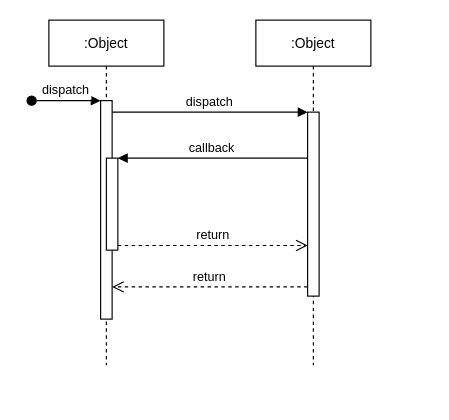
The draw.io diagram Untitled Diagram.drawio in zxp-Zoe/DiagramDraw, before the edit. Source tidied: cells renumbered, new cells numbered last; positions are measured from the earlier drawing's top-left corner, leaving out a move shared by most shapes. Both pictures are drawn from the tidied source at 115%, with x=0, y=0 at pixel (31, 20).
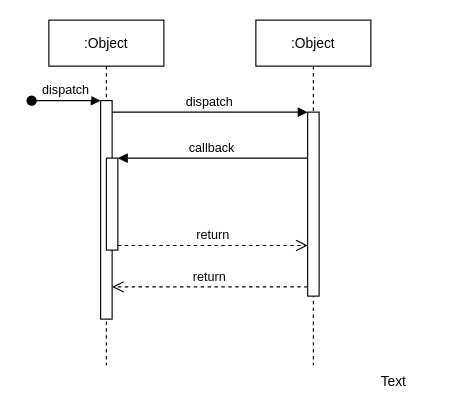
The same page after the edit.

The edit, as a diff of the source:
```diff
@@
 <mxGraphModel>
   <root>
     <mxCell id="0" />
     <mxCell id="1" parent="0" />
     <mxCell id="2" value=":Object" style="shape=umlLifeline;perimeter=lifelinePerimeter;rounded=0;shadow=0;strokeWidth=1;" parent="1" vertex="1">
       <mxGeometry x="15" width="100" height="300" as="geometry" />
     </mxCell>
     <mxCell id="3" style="points=[];perimeter=orthogonalPerimeter;rounded=0;shadow=0;strokeWidth=1;" parent="2" vertex="1">
       <mxGeometry x="45" y="70" width="10" height="190" as="geometry" />
     </mxCell>
     <mxCell id="4" value="dispatch" style="verticalAlign=bottom;startArrow=oval;endArrow=block;startSize=8;shadow=0;strokeWidth=1;" parent="2" edge="1" target="3">
       <mxGeometry relative="1" as="geometry">
         <mxPoint x="-15" y="70" as="sourcePoint" />
       </mxGeometry>
     </mxCell>
     <mxCell id="5" style="points=[];perimeter=orthogonalPerimeter;rounded=0;shadow=0;strokeWidth=1;" parent="2" vertex="1">
       <mxGeometry x="50" y="120" width="10" height="80" as="geometry" />
     </mxCell>
     <mxCell id="6" value=":Object" style="shape=umlLifeline;perimeter=lifelinePerimeter;rounded=0;shadow=0;strokeWidth=1;" parent="1" vertex="1">
       <mxGeometry x="195" width="100" height="300" as="geometry" />
     </mxCell>
     <mxCell id="7" style="points=[];perimeter=orthogonalPerimeter;rounded=0;shadow=0;strokeWidth=1;" parent="6" vertex="1">
       <mxGeometry x="45" y="80" width="10" height="160" as="geometry" />
     </mxCell>
     <mxCell id="8" value="return" style="verticalAlign=bottom;endArrow=open;dashed=1;endSize=8;exitX=0;exitY=0.95;shadow=0;strokeWidth=1;" parent="1" edge="1" source="7" target="3">
       <mxGeometry relative="1" as="geometry" />
     </mxCell>
     <mxCell id="9" value="dispatch" style="verticalAlign=bottom;endArrow=block;entryX=0;entryY=0;shadow=0;strokeWidth=1;" parent="1" edge="1" source="3" target="7">
       <mxGeometry relative="1" as="geometry" />
     </mxCell>
     <mxCell id="10" value="callback" style="verticalAlign=bottom;endArrow=block;entryX=1;entryY=0;shadow=0;strokeWidth=1;" parent="1" edge="1" source="7" target="5">
       <mxGeometry relative="1" as="geometry" />
     </mxCell>
     <mxCell id="11" value="return" style="verticalAlign=bottom;endArrow=open;dashed=1;endSize=8;exitX=1;exitY=0.95;shadow=0;strokeWidth=1;" parent="1" edge="1" source="5" target="7">
       <mxGeometry relative="1" as="geometry" />
     </mxCell>
+    <mxCell id="12" value="Text" style="text;html=1;strokeColor=none;fillColor=none;align=center;verticalAlign=middle;whiteSpace=wrap;rounded=0;" parent="1" vertex="1">
+      <mxGeometry x="285" y="300" width="60" height="30" as="geometry" />
+    </mxCell>
   </root>
 </mxGraphModel>
```
